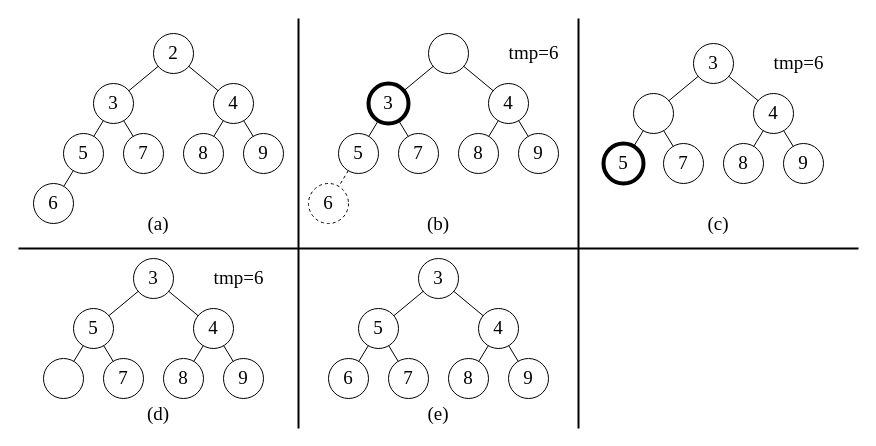
This is 4/4-9.drawio from Wankupi/figures, a draw.io file, before an edit. Source tidied: cells renumbered, new cells numbered last; positions are measured from the earlier drawing's top-left corner, leaving out a move shared by most shapes. Both pictures are drawn from the tidied source at 100%, with x=0, y=0 at pixel (18, 18).
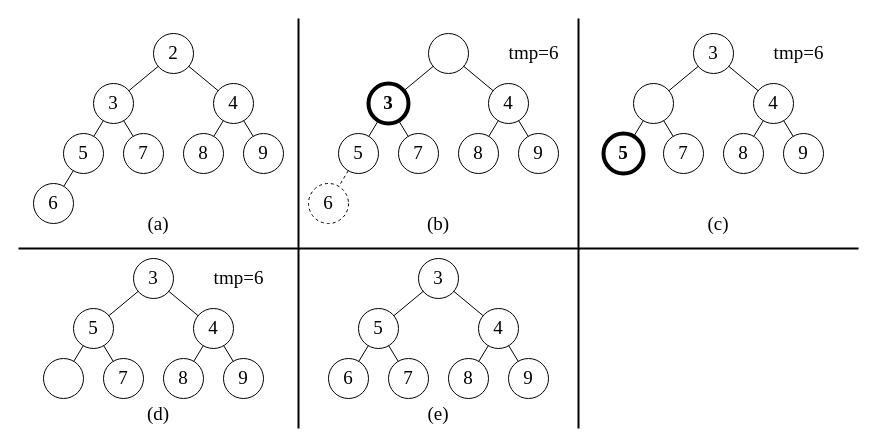
After the change.

The change refers to these unchanged cells:
```xml
<mxCell id="20" style="group;" parent="19" vertex="1">
  <mxGeometry x="10" y="15" width="260" height="190" as="geometry" />
</mxCell>
<mxCell id="37" value="&lt;font style=&quot;font-size: 19px;&quot; face=&quot;Times New Roman&quot;&gt;(c)&lt;/font&gt;" style="rounded=0;whiteSpace=wrap;html=1;verticalAlign=bottom;strokeColor=none;fillColor=none;" parent="1" vertex="1">
  <mxGeometry x="560" width="280" height="220" as="geometry" />
</mxCell>
```

The edit, as a diff of the source:
```diff
@@
-    <mxCell id="22" value="3" style="ellipse;whiteSpace=wrap;html=1;fontFamily=Times New Roman;fontSize=19;strokeWidth=4;" parent="20" vertex="1">
+    <mxCell id="22" value="3" style="ellipse;whiteSpace=wrap;html=1;fontFamily=Times New Roman;fontSize=19;strokeWidth=4;fontStyle=1;" parent="20" vertex="1">
       <mxGeometry x="60" y="50" width="40" height="40" as="geometry" />
     </mxCell>
@@
     <mxCell id="38" style="group;" parent="37" vertex="1">
-      <mxGeometry x="25" y="25" width="230" height="140" as="geometry" />
+      <mxGeometry x="25" y="15" width="230" height="140" as="geometry" />
     </mxCell>
@@
-    <mxCell id="44" value="5" style="ellipse;whiteSpace=wrap;html=1;fontFamily=Times New Roman;fontSize=19;strokeWidth=4;" parent="38" vertex="1">
+    <mxCell id="44" value="5" style="ellipse;whiteSpace=wrap;html=1;fontFamily=Times New Roman;fontSize=19;strokeWidth=4;fontStyle=1;" parent="38" vertex="1">
       <mxGeometry y="100" width="40" height="40" as="geometry" />
     </mxCell>
```
